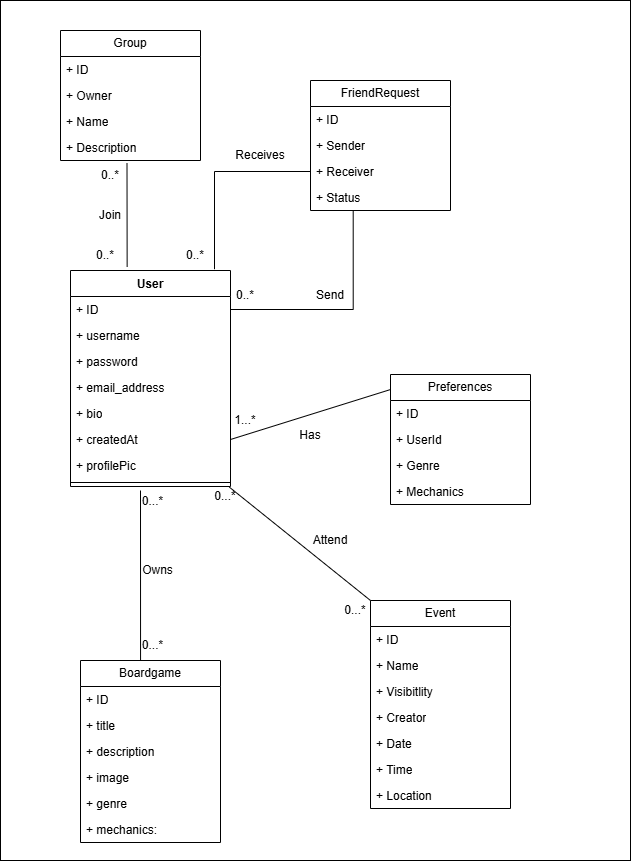
Before: docs/diagrams/User_service_domain_model.drawio.png, a diagram exported from draw.io (COS301-SE-2026/Boardwise). Source tidied: cells renumbered, new cells last; positions are measured from the earlier drawing's top-left corner, leaving out a move shared by most shapes.
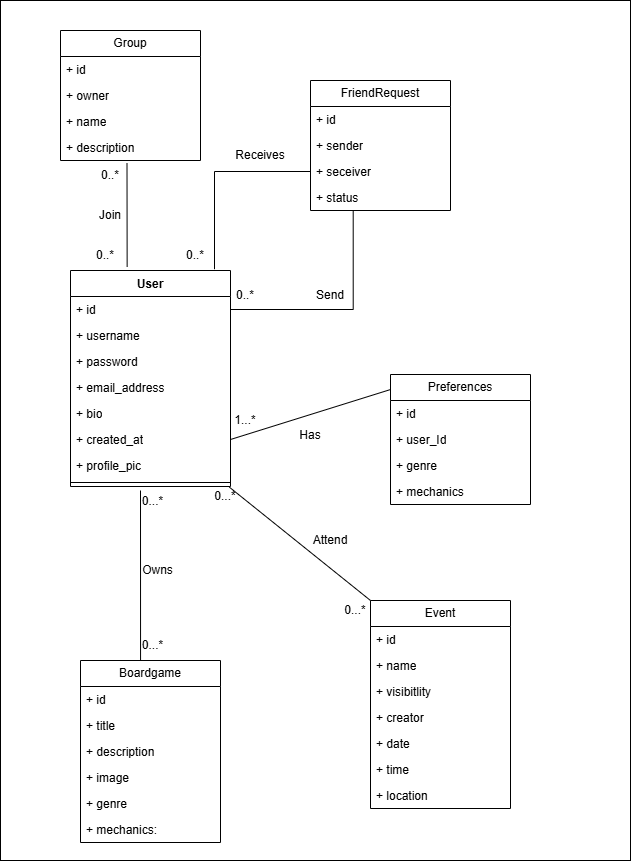
The same diagram one commit later.

Commit message:
Updated fields to be in snake case

What changed in the source:
```diff
@@ -8,7 +8,7 @@
     <mxCell id="3" value="User" style="swimlane;fontStyle=1;align=center;verticalAlign=top;horizontal=1;startSize=26;whiteSpace=wrap;html=1;" parent="1" vertex="1">
       <mxGeometry x="70" y="270" width="160" height="216" as="geometry" />
     </mxCell>
-    <mxCell id="4" value="+ ID" style="text;strokeColor=none;fillColor=none;align=left;verticalAlign=top;spacingLeft=4;spacingRight=4;overflow=hidden;points=[[0,0.5],[1,0.5]];portConstraint=eastwest;whiteSpace=wrap;html=1;" parent="3" vertex="1">
+    <mxCell id="4" value="+ id" style="text;strokeColor=none;fillColor=none;align=left;verticalAlign=top;spacingLeft=4;spacingRight=4;overflow=hidden;points=[[0,0.5],[1,0.5]];portConstraint=eastwest;whiteSpace=wrap;html=1;" parent="3" vertex="1">
       <mxGeometry y="26" width="160" height="26" as="geometry" />
     </mxCell>
     <mxCell id="5" value="+ username" style="text;strokeColor=none;fillColor=none;align=left;verticalAlign=top;spacingLeft=4;spacingRight=4;overflow=hidden;whiteSpace=wrap;html=1;" parent="3" vertex="1">
@@ -23,10 +23,10 @@
     <mxCell id="8" value="+ bio" style="text;strokeColor=none;fillColor=none;align=left;verticalAlign=top;spacingLeft=4;spacingRight=4;overflow=hidden;whiteSpace=wrap;html=1;" parent="3" vertex="1">
       <mxGeometry y="130" width="160" height="26" as="geometry" />
     </mxCell>
-    <mxCell id="9" value="+ createdAt" style="text;strokeColor=none;fillColor=none;align=left;verticalAlign=top;spacingLeft=4;spacingRight=4;overflow=hidden;points=[[0,0.5],[1,0.5]];portConstraint=eastwest;whiteSpace=wrap;html=1;" parent="3" vertex="1">
+    <mxCell id="9" value="+ created_at" style="text;strokeColor=none;fillColor=none;align=left;verticalAlign=top;spacingLeft=4;spacingRight=4;overflow=hidden;points=[[0,0.5],[1,0.5]];portConstraint=eastwest;whiteSpace=wrap;html=1;" parent="3" vertex="1">
       <mxGeometry y="156" width="160" height="26" as="geometry" />
     </mxCell>
-    <mxCell id="10" value="+ profilePic" style="text;strokeColor=none;fillColor=none;align=left;verticalAlign=top;spacingLeft=4;spacingRight=4;overflow=hidden;whiteSpace=wrap;html=1;" parent="3" vertex="1">
+    <mxCell id="10" value="+ profile_pic" style="text;strokeColor=none;fillColor=none;align=left;verticalAlign=top;spacingLeft=4;spacingRight=4;overflow=hidden;whiteSpace=wrap;html=1;" parent="3" vertex="1">
       <mxGeometry y="182" width="160" height="26" as="geometry" />
     </mxCell>
     <mxCell id="11" style="line;strokeWidth=1;fillColor=none;align=left;verticalAlign=middle;spacingTop=-1;spacingLeft=3;spacingRight=3;labelPosition=right;points=[];portConstraint=eastwest;strokeColor=inherit;" parent="3" vertex="1">
@@ -35,7 +35,7 @@
     <mxCell id="12" value="Boardgame" style="swimlane;fontStyle=0;horizontal=1;startSize=26;fillColor=none;whiteSpace=wrap;html=1;" parent="1" vertex="1">
       <mxGeometry x="80" y="660" width="140" height="182" as="geometry" />
     </mxCell>
-    <mxCell id="13" value="+ ID" style="text;strokeColor=none;fillColor=none;align=left;verticalAlign=top;spacingLeft=4;spacingRight=4;overflow=hidden;whiteSpace=wrap;html=1;" parent="12" vertex="1">
+    <mxCell id="13" value="+ id" style="text;strokeColor=none;fillColor=none;align=left;verticalAlign=top;spacingLeft=4;spacingRight=4;overflow=hidden;whiteSpace=wrap;html=1;" parent="12" vertex="1">
       <mxGeometry y="26" width="140" height="26" as="geometry" />
     </mxCell>
     <mxCell id="14" value="+ title" style="text;strokeColor=none;fillColor=none;align=left;verticalAlign=top;spacingLeft=4;spacingRight=4;overflow=hidden;whiteSpace=wrap;html=1;" parent="12" vertex="1">
@@ -62,16 +62,16 @@
     <mxCell id="21" value="Preferences" style="swimlane;fontStyle=0;horizontal=1;startSize=26;fillColor=none;whiteSpace=wrap;html=1;" parent="1" vertex="1">
       <mxGeometry x="390" y="374" width="140" height="130" as="geometry" />
     </mxCell>
-    <mxCell id="22" value="+ ID" style="text;strokeColor=none;fillColor=none;align=left;verticalAlign=top;spacingLeft=4;spacingRight=4;overflow=hidden;whiteSpace=wrap;html=1;" parent="21" vertex="1">
+    <mxCell id="22" value="+ id" style="text;strokeColor=none;fillColor=none;align=left;verticalAlign=top;spacingLeft=4;spacingRight=4;overflow=hidden;whiteSpace=wrap;html=1;" parent="21" vertex="1">
       <mxGeometry y="26" width="140" height="26" as="geometry" />
     </mxCell>
-    <mxCell id="23" value="+ UserId" style="text;strokeColor=none;fillColor=none;align=left;verticalAlign=top;spacingLeft=4;spacingRight=4;overflow=hidden;whiteSpace=wrap;html=1;" parent="21" vertex="1">
+    <mxCell id="23" value="+ user_Id" style="text;strokeColor=none;fillColor=none;align=left;verticalAlign=top;spacingLeft=4;spacingRight=4;overflow=hidden;whiteSpace=wrap;html=1;" parent="21" vertex="1">
       <mxGeometry y="52" width="140" height="26" as="geometry" />
     </mxCell>
-    <mxCell id="24" value="+ Genre" style="text;strokeColor=none;fillColor=none;align=left;verticalAlign=top;spacingLeft=4;spacingRight=4;overflow=hidden;whiteSpace=wrap;html=1;" parent="21" vertex="1">
+    <mxCell id="24" value="+ genre" style="text;strokeColor=none;fillColor=none;align=left;verticalAlign=top;spacingLeft=4;spacingRight=4;overflow=hidden;whiteSpace=wrap;html=1;" parent="21" vertex="1">
       <mxGeometry y="78" width="140" height="26" as="geometry" />
     </mxCell>
-    <mxCell id="25" value="+ Mechanics" style="text;strokeColor=none;fillColor=none;align=left;verticalAlign=top;spacingLeft=4;spacingRight=4;overflow=hidden;whiteSpace=wrap;html=1;" parent="21" vertex="1">
+    <mxCell id="25" value="+ mechanics" style="text;strokeColor=none;fillColor=none;align=left;verticalAlign=top;spacingLeft=4;spacingRight=4;overflow=hidden;whiteSpace=wrap;html=1;" parent="21" vertex="1">
       <mxGeometry y="104" width="140" height="26" as="geometry" />
     </mxCell>
     <mxCell id="26" value="0...*" style="text;html=1;whiteSpace=wrap;strokeColor=none;fillColor=none;align=center;verticalAlign=middle;rounded=0;" parent="1" vertex="1">
@@ -86,16 +86,16 @@
     <mxCell id="29" value="Group" style="swimlane;fontStyle=0;horizontal=1;startSize=26;fillColor=none;whiteSpace=wrap;html=1;" parent="1" vertex="1">
       <mxGeometry x="60" y="30" width="140" height="130" as="geometry" />
     </mxCell>
-    <mxCell id="30" value="+ ID" style="text;strokeColor=none;fillColor=none;align=left;verticalAlign=top;spacingLeft=4;spacingRight=4;overflow=hidden;whiteSpace=wrap;html=1;" parent="29" vertex="1">
+    <mxCell id="30" value="+ id" style="text;strokeColor=none;fillColor=none;align=left;verticalAlign=top;spacingLeft=4;spacingRight=4;overflow=hidden;whiteSpace=wrap;html=1;" parent="29" vertex="1">
       <mxGeometry y="26" width="140" height="26" as="geometry" />
     </mxCell>
-    <mxCell id="31" value="+ Owner" style="text;strokeColor=none;fillColor=none;align=left;verticalAlign=top;spacingLeft=4;spacingRight=4;overflow=hidden;whiteSpace=wrap;html=1;" parent="29" vertex="1">
+    <mxCell id="31" value="+ owner" style="text;strokeColor=none;fillColor=none;align=left;verticalAlign=top;spacingLeft=4;spacingRight=4;overflow=hidden;whiteSpace=wrap;html=1;" parent="29" vertex="1">
       <mxGeometry y="52" width="140" height="26" as="geometry" />
     </mxCell>
-    <mxCell id="32" value="+ Name" style="text;strokeColor=none;fillColor=none;align=left;verticalAlign=top;spacingLeft=4;spacingRight=4;overflow=hidden;whiteSpace=wrap;html=1;" parent="29" vertex="1">
+    <mxCell id="32" value="+ name" style="text;strokeColor=none;fillColor=none;align=left;verticalAlign=top;spacingLeft=4;spacingRight=4;overflow=hidden;whiteSpace=wrap;html=1;" parent="29" vertex="1">
       <mxGeometry y="78" width="140" height="26" as="geometry" />
     </mxCell>
-    <mxCell id="33" value="+ Description" style="text;strokeColor=none;fillColor=none;align=left;verticalAlign=top;spacingLeft=4;spacingRight=4;overflow=hidden;points=[[0,0.5],[1,0.5]];portConstraint=eastwest;whiteSpace=wrap;html=1;" parent="29" vertex="1">
+    <mxCell id="33" value="+ description" style="text;strokeColor=none;fillColor=none;align=left;verticalAlign=top;spacingLeft=4;spacingRight=4;overflow=hidden;points=[[0,0.5],[1,0.5]];portConstraint=eastwest;whiteSpace=wrap;html=1;" parent="29" vertex="1">
       <mxGeometry y="104" width="140" height="26" as="geometry" />
     </mxCell>
     <mxCell id="34" style="endArrow=none;html=1;rounded=0;fontSize=12;startSize=8;endSize=8;curved=1;entryX=0.475;entryY=1.103;entryDx=0;entryDy=0;entryPerimeter=0;exitX=0.354;exitY=-0.017;exitDx=0;exitDy=0;exitPerimeter=0;" parent="1" edge="1" source="3" target="33">
@@ -110,25 +110,25 @@
     <mxCell id="37" value="Event" style="swimlane;fontStyle=0;horizontal=1;startSize=26;fillColor=none;whiteSpace=wrap;html=1;" parent="1" vertex="1">
       <mxGeometry x="370" y="600" width="140" height="208" as="geometry" />
     </mxCell>
-    <mxCell id="38" value="+ ID" style="text;strokeColor=none;fillColor=none;align=left;verticalAlign=top;spacingLeft=4;spacingRight=4;overflow=hidden;whiteSpace=wrap;html=1;" parent="37" vertex="1">
+    <mxCell id="38" value="+ id" style="text;strokeColor=none;fillColor=none;align=left;verticalAlign=top;spacingLeft=4;spacingRight=4;overflow=hidden;whiteSpace=wrap;html=1;" parent="37" vertex="1">
       <mxGeometry y="26" width="140" height="26" as="geometry" />
     </mxCell>
-    <mxCell id="39" value="+ Name" style="text;strokeColor=none;fillColor=none;align=left;verticalAlign=top;spacingLeft=4;spacingRight=4;overflow=hidden;whiteSpace=wrap;html=1;" parent="37" vertex="1">
+    <mxCell id="39" value="+ name" style="text;strokeColor=none;fillColor=none;align=left;verticalAlign=top;spacingLeft=4;spacingRight=4;overflow=hidden;whiteSpace=wrap;html=1;" parent="37" vertex="1">
       <mxGeometry y="52" width="140" height="26" as="geometry" />
     </mxCell>
-    <mxCell id="40" value="+ Visibitlity" style="text;strokeColor=none;fillColor=none;align=left;verticalAlign=top;spacingLeft=4;spacingRight=4;overflow=hidden;whiteSpace=wrap;html=1;" parent="37" vertex="1">
+    <mxCell id="40" value="+ visibitlity" style="text;strokeColor=none;fillColor=none;align=left;verticalAlign=top;spacingLeft=4;spacingRight=4;overflow=hidden;whiteSpace=wrap;html=1;" parent="37" vertex="1">
       <mxGeometry y="78" width="140" height="26" as="geometry" />
     </mxCell>
-    <mxCell id="41" value="+ Creator" style="text;strokeColor=none;fillColor=none;align=left;verticalAlign=top;spacingLeft=4;spacingRight=4;overflow=hidden;whiteSpace=wrap;html=1;" parent="37" vertex="1">
+    <mxCell id="41" value="+ creator" style="text;strokeColor=none;fillColor=none;align=left;verticalAlign=top;spacingLeft=4;spacingRight=4;overflow=hidden;whiteSpace=wrap;html=1;" parent="37" vertex="1">
       <mxGeometry y="104" width="140" height="26" as="geometry" />
     </mxCell>
-    <mxCell id="42" value="+ Date" style="text;strokeColor=none;fillColor=none;align=left;verticalAlign=top;spacingLeft=4;spacingRight=4;overflow=hidden;whiteSpace=wrap;html=1;" parent="37" vertex="1">
+    <mxCell id="42" value="+ date" style="text;strokeColor=none;fillColor=none;align=left;verticalAlign=top;spacingLeft=4;spacingRight=4;overflow=hidden;whiteSpace=wrap;html=1;" parent="37" vertex="1">
       <mxGeometry y="130" width="140" height="26" as="geometry" />
     </mxCell>
-    <mxCell id="43" value="+ Time" style="text;strokeColor=none;fillColor=none;align=left;verticalAlign=top;spacingLeft=4;spacingRight=4;overflow=hidden;whiteSpace=wrap;html=1;" parent="37" vertex="1">
+    <mxCell id="43" value="+ time" style="text;strokeColor=none;fillColor=none;align=left;verticalAlign=top;spacingLeft=4;spacingRight=4;overflow=hidden;whiteSpace=wrap;html=1;" parent="37" vertex="1">
       <mxGeometry y="156" width="140" height="26" as="geometry" />
     </mxCell>
-    <mxCell id="44" value="+ Location" style="text;strokeColor=none;fillColor=none;align=left;verticalAlign=top;spacingLeft=4;spacingRight=4;overflow=hidden;whiteSpace=wrap;html=1;" parent="37" vertex="1">
+    <mxCell id="44" value="+ location" style="text;strokeColor=none;fillColor=none;align=left;verticalAlign=top;spacingLeft=4;spacingRight=4;overflow=hidden;whiteSpace=wrap;html=1;" parent="37" vertex="1">
       <mxGeometry y="182" width="140" height="26" as="geometry" />
     </mxCell>
     <mxCell id="45" style="endArrow=none;html=1;rounded=0;fontSize=12;startSize=8;endSize=8;curved=1;exitX=0.429;exitY=0;exitDx=0;exitDy=0;exitPerimeter=0;" parent="1" edge="1" source="12">
@@ -160,16 +160,16 @@
     <mxCell id="53" value="FriendRequest" style="swimlane;fontStyle=0;horizontal=1;startSize=26;fillColor=none;whiteSpace=wrap;html=1;" parent="1" vertex="1">
       <mxGeometry x="310" y="80" width="140" height="130" as="geometry" />
     </mxCell>
-    <mxCell id="54" value="+ ID" style="text;strokeColor=none;fillColor=none;align=left;verticalAlign=top;spacingLeft=4;spacingRight=4;overflow=hidden;whiteSpace=wrap;html=1;" parent="53" vertex="1">
+    <mxCell id="54" value="+ id" style="text;strokeColor=none;fillColor=none;align=left;verticalAlign=top;spacingLeft=4;spacingRight=4;overflow=hidden;whiteSpace=wrap;html=1;" parent="53" vertex="1">
       <mxGeometry y="26" width="140" height="26" as="geometry" />
     </mxCell>
-    <mxCell id="55" value="+ Sender" style="text;strokeColor=none;fillColor=none;align=left;verticalAlign=top;spacingLeft=4;spacingRight=4;overflow=hidden;whiteSpace=wrap;html=1;" parent="53" vertex="1">
+    <mxCell id="55" value="+ sender" style="text;strokeColor=none;fillColor=none;align=left;verticalAlign=top;spacingLeft=4;spacingRight=4;overflow=hidden;whiteSpace=wrap;html=1;" parent="53" vertex="1">
       <mxGeometry y="52" width="140" height="26" as="geometry" />
     </mxCell>
-    <mxCell id="56" value="+ Receiver" style="text;strokeColor=none;fillColor=none;align=left;verticalAlign=top;spacingLeft=4;spacingRight=4;overflow=hidden;points=[[0,0.5],[1,0.5]];portConstraint=eastwest;whiteSpace=wrap;html=1;" parent="53" vertex="1">
+    <mxCell id="56" value="+ seceiver" style="text;strokeColor=none;fillColor=none;align=left;verticalAlign=top;spacingLeft=4;spacingRight=4;overflow=hidden;points=[[0,0.5],[1,0.5]];portConstraint=eastwest;whiteSpace=wrap;html=1;" parent="53" vertex="1">
       <mxGeometry y="78" width="140" height="26" as="geometry" />
     </mxCell>
-    <mxCell id="57" value="+ Status" style="text;strokeColor=none;fillColor=none;align=left;verticalAlign=top;spacingLeft=4;spacingRight=4;overflow=hidden;points=[[0,0.5],[1,0.5]];portConstraint=eastwest;whiteSpace=wrap;html=1;" parent="53" vertex="1">
+    <mxCell id="57" value="+ status" style="text;strokeColor=none;fillColor=none;align=left;verticalAlign=top;spacingLeft=4;spacingRight=4;overflow=hidden;points=[[0,0.5],[1,0.5]];portConstraint=eastwest;whiteSpace=wrap;html=1;" parent="53" vertex="1">
       <mxGeometry y="104" width="140" height="26" as="geometry" />
     </mxCell>
     <mxCell id="58" style="endArrow=none;html=1;rounded=0;fontSize=12;startSize=8;endSize=8;edgeStyle=orthogonalEdgeStyle;exitX=1;exitY=0.5;exitDx=0;exitDy=0;entryX=0.305;entryY=1.018;entryDx=0;entryDy=0;entryPerimeter=0;" parent="1" edge="1" source="4" target="57">
```
